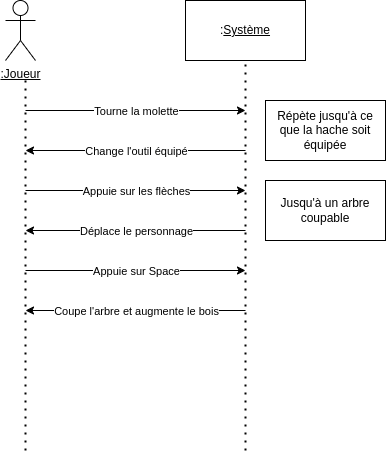
Before: doc/Diagrammes/Diagramme_de_séquence_bois.png, a diagram exported from draw.io (laisnmat/kotlin-game). Source tidied: cells renumbered, new cells last; positions are measured from the earlier drawing's top-left corner, leaving out a move shared by most shapes. The source it was exported from:
```xml
<mxGraphModel>
  <root>
    <mxCell id="0" />
    <mxCell id="1" parent="0" />
    <mxCell id="2" value="&lt;u&gt;:Joueur&lt;/u&gt;" style="shape=umlActor;verticalLabelPosition=bottom;verticalAlign=top;html=1;" parent="1" vertex="1">
      <mxGeometry width="30" height="60" as="geometry" />
    </mxCell>
    <mxCell id="3" value=":&lt;u&gt;Système&lt;/u&gt;" style="rounded=0;whiteSpace=wrap;html=1;" parent="1" vertex="1">
      <mxGeometry x="180" width="120" height="60" as="geometry" />
    </mxCell>
    <mxCell id="4" style="endArrow=none;dashed=1;html=1;dashPattern=1 3;strokeWidth=2;rounded=0;entryX=0.5;entryY=1;entryDx=0;entryDy=0;" parent="1" edge="1" target="3">
      <mxGeometry relative="1" as="geometry">
        <mxPoint x="240" y="450" as="sourcePoint" />
      </mxGeometry>
    </mxCell>
    <mxCell id="5" style="endArrow=none;dashed=1;html=1;dashPattern=1 3;strokeWidth=2;rounded=0;" parent="1" edge="1">
      <mxGeometry relative="1" as="geometry">
        <mxPoint x="20" y="450" as="sourcePoint" />
        <mxPoint x="20" y="80" as="targetPoint" />
      </mxGeometry>
    </mxCell>
    <mxCell id="6" style="endArrow=classic;html=1;rounded=0;" parent="1" edge="1">
      <mxGeometry relative="1" as="geometry">
        <mxPoint x="20" y="110" as="sourcePoint" />
        <mxPoint x="240" y="110" as="targetPoint" />
      </mxGeometry>
    </mxCell>
    <mxCell id="7" value="Tourne la molette" style="edgeLabel;html=1;align=center;verticalAlign=middle;" parent="6" vertex="1">
      <mxGeometry relative="1" as="geometry" />
    </mxCell>
    <mxCell id="8" style="endArrow=classic;html=1;rounded=0;" parent="1" edge="1">
      <mxGeometry relative="1" as="geometry">
        <mxPoint x="240" y="150" as="sourcePoint" />
        <mxPoint x="20" y="150" as="targetPoint" />
      </mxGeometry>
    </mxCell>
    <mxCell id="9" value="Change l'outil équipé" style="edgeLabel;html=1;align=center;verticalAlign=middle;" parent="8" vertex="1">
      <mxGeometry relative="1" as="geometry" />
    </mxCell>
    <mxCell id="10" value="Répète jusqu'à ce que la hache soit équipée" style="rounded=0;whiteSpace=wrap;html=1;" parent="1" vertex="1">
      <mxGeometry x="260" y="100" width="120" height="60" as="geometry" />
    </mxCell>
    <mxCell id="11" style="endArrow=classic;html=1;rounded=0;" parent="1" edge="1">
      <mxGeometry relative="1" as="geometry">
        <mxPoint x="20" y="190" as="sourcePoint" />
        <mxPoint x="240" y="190" as="targetPoint" />
      </mxGeometry>
    </mxCell>
    <mxCell id="12" value="Appuie sur les flèches" style="edgeLabel;html=1;align=center;verticalAlign=middle;" parent="11" vertex="1">
      <mxGeometry relative="1" as="geometry" />
    </mxCell>
    <mxCell id="13" style="endArrow=classic;html=1;rounded=0;" parent="1" edge="1">
      <mxGeometry relative="1" as="geometry">
        <mxPoint x="240" y="230" as="sourcePoint" />
        <mxPoint x="20" y="230" as="targetPoint" />
      </mxGeometry>
    </mxCell>
    <mxCell id="14" value="Déplace le personnage" style="edgeLabel;html=1;align=center;verticalAlign=middle;" parent="13" vertex="1">
      <mxGeometry relative="1" as="geometry" />
    </mxCell>
    <mxCell id="15" value="Jusqu'à un arbre coupable" style="rounded=0;whiteSpace=wrap;html=1;" parent="1" vertex="1">
      <mxGeometry x="260" y="180" width="120" height="60" as="geometry" />
    </mxCell>
    <mxCell id="16" style="endArrow=classic;html=1;rounded=0;" parent="1" edge="1">
      <mxGeometry relative="1" as="geometry">
        <mxPoint x="20" y="270" as="sourcePoint" />
        <mxPoint x="240" y="270" as="targetPoint" />
      </mxGeometry>
    </mxCell>
    <mxCell id="17" value="Appuie sur Space" style="edgeLabel;html=1;align=center;verticalAlign=middle;" parent="16" vertex="1">
      <mxGeometry relative="1" as="geometry" />
    </mxCell>
    <mxCell id="18" style="endArrow=classic;html=1;rounded=0;" parent="1" edge="1">
      <mxGeometry relative="1" as="geometry">
        <mxPoint x="240" y="310" as="sourcePoint" />
        <mxPoint x="20" y="310" as="targetPoint" />
      </mxGeometry>
    </mxCell>
    <mxCell id="19" value="Coupe l'arbre et augmente le bois" style="edgeLabel;html=1;align=center;verticalAlign=middle;" parent="18" vertex="1">
      <mxGeometry relative="1" as="geometry" />
    </mxCell>
  </root>
</mxGraphModel>
```
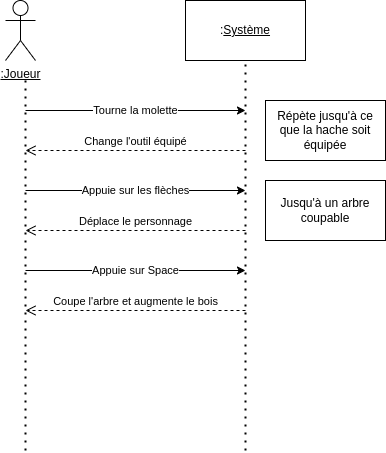
Later version of the same file.

Commit message:
Mise à jour diagramme de séquence

Diff of the diagram source:
```diff
@@ -28,15 +28,6 @@
     <mxCell id="7" value="Tourne la molette" style="edgeLabel;html=1;align=center;verticalAlign=middle;" parent="6" vertex="1">
       <mxGeometry relative="1" as="geometry" />
     </mxCell>
-    <mxCell id="8" style="endArrow=classic;html=1;rounded=0;" parent="1" edge="1">
-      <mxGeometry relative="1" as="geometry">
-        <mxPoint x="240" y="150" as="sourcePoint" />
-        <mxPoint x="20" y="150" as="targetPoint" />
-      </mxGeometry>
-    </mxCell>
-    <mxCell id="9" value="Change l'outil équipé" style="edgeLabel;html=1;align=center;verticalAlign=middle;" parent="8" vertex="1">
-      <mxGeometry relative="1" as="geometry" />
-    </mxCell>
     <mxCell id="10" value="Répète jusqu'à ce que la hache soit équipée" style="rounded=0;whiteSpace=wrap;html=1;" parent="1" vertex="1">
       <mxGeometry x="260" y="100" width="120" height="60" as="geometry" />
     </mxCell>
@@ -49,15 +40,6 @@
     <mxCell id="12" value="Appuie sur les flèches" style="edgeLabel;html=1;align=center;verticalAlign=middle;" parent="11" vertex="1">
       <mxGeometry relative="1" as="geometry" />
     </mxCell>
-    <mxCell id="13" style="endArrow=classic;html=1;rounded=0;" parent="1" edge="1">
-      <mxGeometry relative="1" as="geometry">
-        <mxPoint x="240" y="230" as="sourcePoint" />
-        <mxPoint x="20" y="230" as="targetPoint" />
-      </mxGeometry>
-    </mxCell>
-    <mxCell id="14" value="Déplace le personnage" style="edgeLabel;html=1;align=center;verticalAlign=middle;" parent="13" vertex="1">
-      <mxGeometry relative="1" as="geometry" />
-    </mxCell>
     <mxCell id="15" value="Jusqu'à un arbre coupable" style="rounded=0;whiteSpace=wrap;html=1;" parent="1" vertex="1">
       <mxGeometry x="260" y="180" width="120" height="60" as="geometry" />
     </mxCell>
@@ -70,14 +52,23 @@
     <mxCell id="17" value="Appuie sur Space" style="edgeLabel;html=1;align=center;verticalAlign=middle;" parent="16" vertex="1">
       <mxGeometry relative="1" as="geometry" />
     </mxCell>
-    <mxCell id="18" style="endArrow=classic;html=1;rounded=0;" parent="1" edge="1">
-      <mxGeometry relative="1" as="geometry">
-        <mxPoint x="240" y="310" as="sourcePoint" />
-        <mxPoint x="20" y="310" as="targetPoint" />
-      </mxGeometry>
-    </mxCell>
-    <mxCell id="19" value="Coupe l'arbre et augmente le bois" style="edgeLabel;html=1;align=center;verticalAlign=middle;" parent="18" vertex="1">
-      <mxGeometry relative="1" as="geometry" />
+    <mxCell id="19" value="Coupe l'arbre et augmente le bois" style="html=1;verticalAlign=bottom;endArrow=open;dashed=1;endSize=8;curved=0;rounded=0;" parent="1" edge="1">
+      <mxGeometry relative="1" as="geometry">
+        <mxPoint x="240" y="310" as="sourcePoint" />
+        <mxPoint x="20" y="310" as="targetPoint" />
+      </mxGeometry>
     </mxCell>
+    <mxCell id="14" value="Déplace le personnage" style="html=1;verticalAlign=bottom;endArrow=open;dashed=1;endSize=8;curved=0;rounded=0;" parent="1" edge="1">
+      <mxGeometry relative="1" as="geometry">
+        <mxPoint x="240" y="230" as="sourcePoint" />
+        <mxPoint x="20" y="230" as="targetPoint" />
+      </mxGeometry>
+    </mxCell>
+    <mxCell id="9" value="Change l'outil équipé" style="html=1;verticalAlign=bottom;endArrow=open;dashed=1;endSize=8;curved=0;rounded=0;" parent="1" edge="1">
+      <mxGeometry relative="1" as="geometry">
+        <mxPoint x="240" y="150" as="sourcePoint" />
+        <mxPoint x="20" y="150" as="targetPoint" />
+      </mxGeometry>
+    </mxCell>
   </root>
 </mxGraphModel>
```
